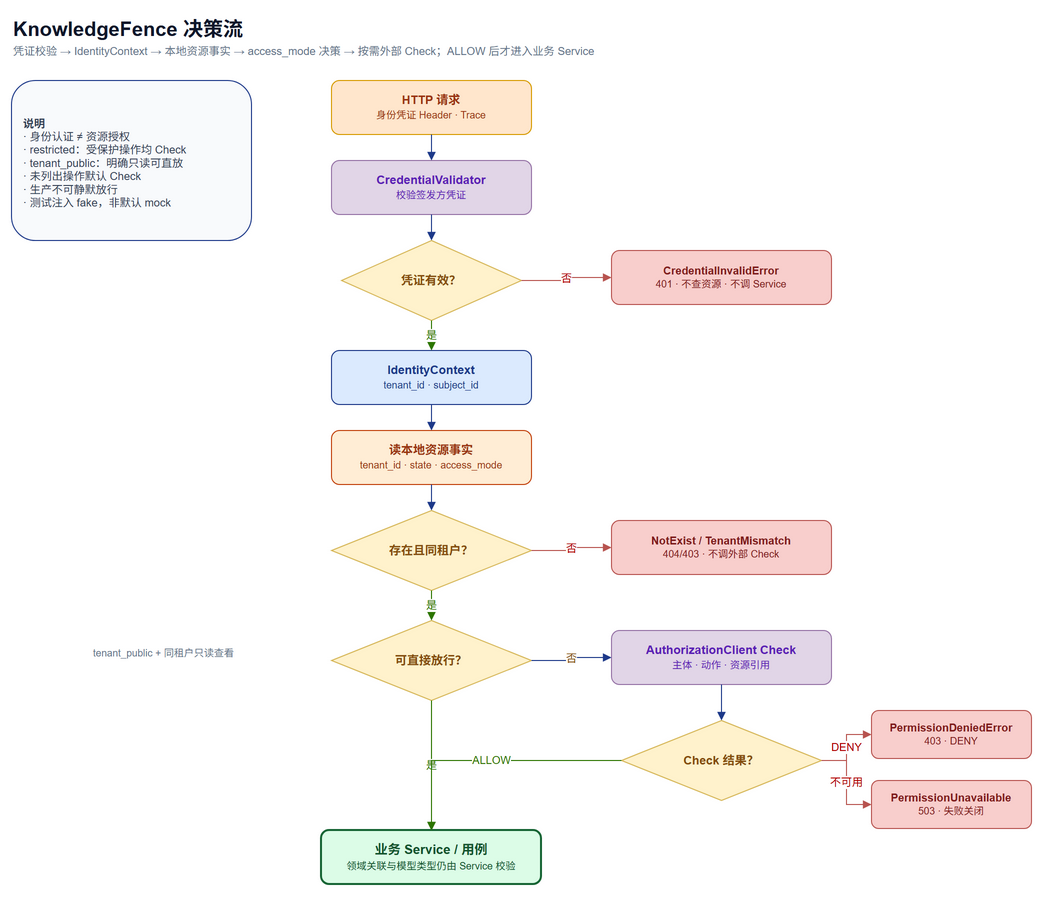
Above: Bisheng-platform/knowledge/pics/KnowledgeFence决策流.png in LunaticPum/platform (draw.io), before the change. Source tidied: cells renumbered, new cells last; positions are measured from the earlier drawing's top-left corner, leaving out a move shared by most shapes.
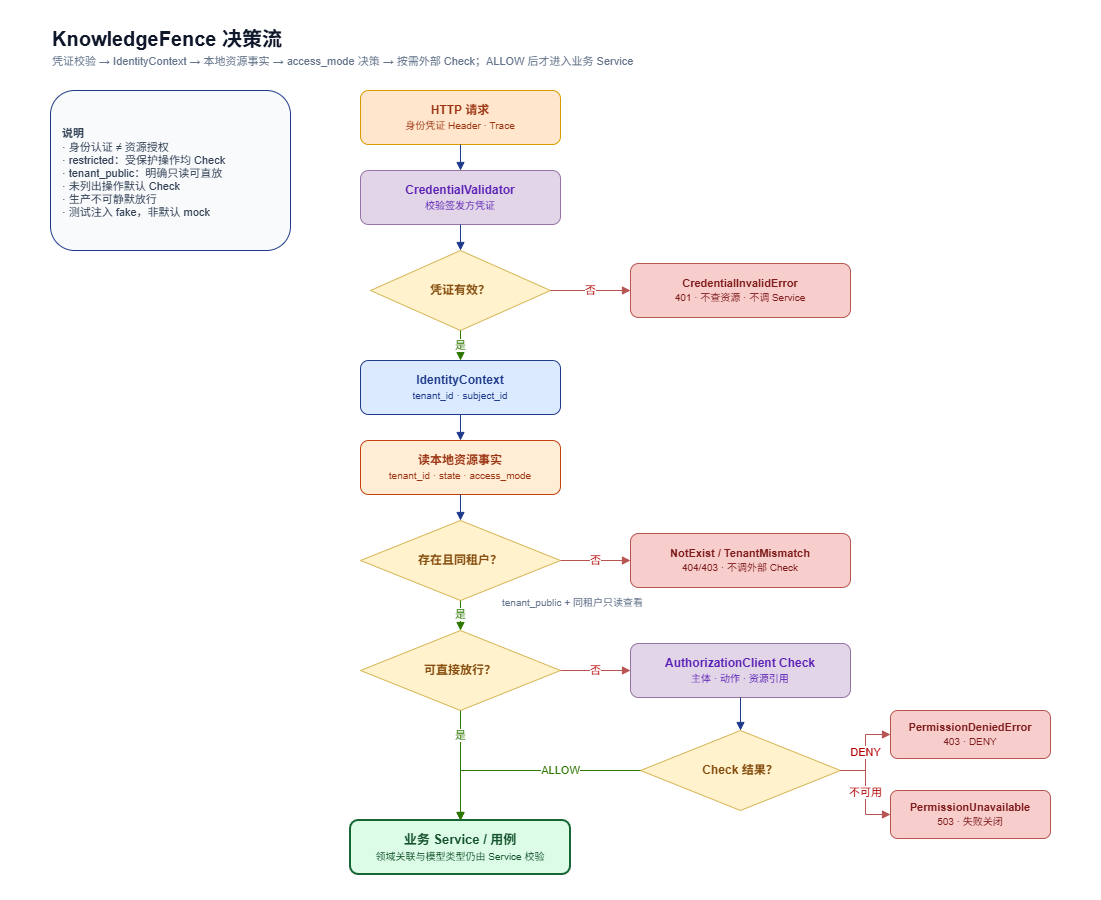
Later version of the same file.

What changed in the source:
```diff
@@ -3,10 +3,10 @@
     <mxCell id="0" />
     <mxCell id="1" parent="0" />
     <mxCell id="2" value="KnowledgeFence 决策流" style="text;html=1;fontSize=20;fontStyle=1;align=left;fontColor=#0F172A;" parent="1" vertex="1">
-      <mxGeometry width="320" height="28" as="geometry" />
+      <mxGeometry x="10" width="320" height="28" as="geometry" />
     </mxCell>
     <mxCell id="3" value="凭证校验 → IdentityContext → 本地资源事实 → access_mode 决策 → 按需外部 Check；ALLOW 后才进入业务 Service" style="text;html=1;fontSize=11;align=left;fontColor=#64748B;" parent="1" vertex="1">
-      <mxGeometry y="28" width="780" height="20" as="geometry" />
+      <mxGeometry x="10" y="28" width="780" height="20" as="geometry" />
     </mxCell>
     <mxCell id="4" value="HTTP 请求&lt;br&gt;&lt;font style=&quot;font-size:10px;font-weight:normal;&quot;&gt;身份凭证 Header · Trace&lt;/font&gt;" style="rounded=1;whiteSpace=wrap;html=1;fillColor=#FFE6CC;strokeColor=#D79B00;strokeWidth=1;fontColor=#9A3412;fontSize=12;fontStyle=1;align=center;" parent="1" vertex="1">
       <mxGeometry x="320" y="70" width="200" height="54" as="geometry" />
@@ -18,7 +18,7 @@
       <mxGeometry x="330" y="230" width="180" height="80" as="geometry" />
     </mxCell>
     <mxCell id="7" value="CredentialInvalidError&lt;br&gt;&lt;font style=&quot;font-size:10px;font-weight:normal;&quot;&gt;401 · 不查资源 · 不调 Service&lt;/font&gt;" style="rounded=1;whiteSpace=wrap;html=1;fillColor=#F8CECC;strokeColor=#B85450;strokeWidth=1;fontColor=#7F1D1D;fontSize=11;fontStyle=1;align=center;" parent="1" vertex="1">
-      <mxGeometry x="600" y="240" width="220" height="54" as="geometry" />
+      <mxGeometry x="590" y="243" width="220" height="54" as="geometry" />
     </mxCell>
     <mxCell id="8" value="IdentityContext&lt;br&gt;&lt;font style=&quot;font-size:10px;font-weight:normal;&quot;&gt;tenant_id · subject_id&lt;/font&gt;" style="rounded=1;whiteSpace=wrap;html=1;fillColor=#DBEAFE;strokeColor=#1E3A8A;strokeWidth=1;fontColor=#1E3A8A;fontSize=12;fontStyle=1;align=center;" parent="1" vertex="1">
       <mxGeometry x="320" y="340" width="200" height="54" as="geometry" />
@@ -30,31 +30,31 @@
       <mxGeometry x="320" y="500" width="200" height="80" as="geometry" />
     </mxCell>
     <mxCell id="11" value="NotExist / TenantMismatch&lt;br&gt;&lt;font style=&quot;font-size:10px;font-weight:normal;&quot;&gt;404/403 · 不调外部 Check&lt;/font&gt;" style="rounded=1;whiteSpace=wrap;html=1;fillColor=#F8CECC;strokeColor=#B85450;strokeWidth=1;fontColor=#7F1D1D;fontSize=11;fontStyle=1;align=center;" parent="1" vertex="1">
-      <mxGeometry x="600" y="510" width="220" height="54" as="geometry" />
+      <mxGeometry x="590" y="513" width="220" height="54" as="geometry" />
     </mxCell>
     <mxCell id="12" value="可直接放行？" style="rhombus;whiteSpace=wrap;html=1;fillColor=#FFF2CC;strokeColor=#D6B656;strokeWidth=1;fontColor=#854D0E;fontSize=12;fontStyle=1;align=center;" parent="1" vertex="1">
       <mxGeometry x="320" y="610" width="200" height="80" as="geometry" />
     </mxCell>
     <mxCell id="13" value="tenant_public + 同租户只读查看" style="text;html=1;fontSize=10;align=left;fontColor=#64748B;" parent="1" vertex="1">
-      <mxGeometry x="80" y="630" width="200" height="20" as="geometry" />
+      <mxGeometry x="460" y="570" width="200" height="20" as="geometry" />
     </mxCell>
     <mxCell id="14" value="AuthorizationClient Check&lt;br&gt;&lt;font style=&quot;font-size:10px;font-weight:normal;&quot;&gt;主体 · 动作 · 资源引用&lt;/font&gt;" style="rounded=1;whiteSpace=wrap;html=1;fillColor=#E1D5E7;strokeColor=#9673A6;strokeWidth=1;fontColor=#5B21B6;fontSize=12;fontStyle=1;align=center;" parent="1" vertex="1">
-      <mxGeometry x="600" y="620" width="220" height="54" as="geometry" />
+      <mxGeometry x="590" y="623" width="220" height="54" as="geometry" />
     </mxCell>
     <mxCell id="15" value="Check 结果？" style="rhombus;whiteSpace=wrap;html=1;fillColor=#FFF2CC;strokeColor=#D6B656;strokeWidth=1;fontColor=#854D0E;fontSize=12;fontStyle=1;align=center;" parent="1" vertex="1">
-      <mxGeometry x="610" y="710" width="200" height="80" as="geometry" />
+      <mxGeometry x="600" y="710" width="200" height="80" as="geometry" />
     </mxCell>
     <mxCell id="16" value="业务 Service / 用例&lt;br&gt;&lt;font style=&quot;font-size:10px;font-weight:normal;&quot;&gt;领域关联与模型类型仍由 Service 校验&lt;/font&gt;" style="rounded=1;whiteSpace=wrap;html=1;fillColor=#DCFCE7;strokeColor=#166534;strokeWidth=2;fontColor=#14532D;fontSize=13;fontStyle=1;align=center;" parent="1" vertex="1">
-      <mxGeometry x="310" y="820" width="220" height="54" as="geometry" />
+      <mxGeometry x="310" y="800" width="220" height="54" as="geometry" />
     </mxCell>
     <mxCell id="17" value="PermissionDeniedError&lt;br&gt;&lt;font style=&quot;font-size:10px;font-weight:normal;&quot;&gt;403 · DENY&lt;/font&gt;" style="rounded=1;whiteSpace=wrap;html=1;fillColor=#F8CECC;strokeColor=#B85450;strokeWidth=1;fontColor=#7F1D1D;fontSize=11;fontStyle=1;align=center;" parent="1" vertex="1">
-      <mxGeometry x="860" y="700" width="160" height="48" as="geometry" />
+      <mxGeometry x="850" y="690" width="160" height="48" as="geometry" />
     </mxCell>
     <mxCell id="18" value="PermissionUnavailable&lt;br&gt;&lt;font style=&quot;font-size:10px;font-weight:normal;&quot;&gt;503 · 失败关闭&lt;/font&gt;" style="rounded=1;whiteSpace=wrap;html=1;fillColor=#F8CECC;strokeColor=#B85450;strokeWidth=1;fontColor=#7F1D1D;fontSize=11;fontStyle=1;align=center;" parent="1" vertex="1">
-      <mxGeometry x="860" y="770" width="160" height="48" as="geometry" />
+      <mxGeometry x="850" y="770" width="160" height="48" as="geometry" />
     </mxCell>
     <mxCell id="19" value="&lt;b&gt;说明&lt;/b&gt;&lt;br&gt;· 身份认证 ≠ 资源授权&lt;br&gt;· restricted：受保护操作均 Check&lt;br&gt;· tenant_public：明确只读可直放&lt;br&gt;· 未列出操作默认 Check&lt;br&gt;· 生产不可静默放行&lt;br&gt;· 测试注入 fake，非默认 mock" style="rounded=1;whiteSpace=wrap;html=1;fillColor=#F8FAFC;strokeColor=#1E3A8A;strokeWidth=1;fontColor=#334155;fontSize=11;align=left;spacingLeft=10;spacingTop=6;" parent="1" vertex="1">
-      <mxGeometry y="70" width="240" height="160" as="geometry" />
+      <mxGeometry x="10" y="70" width="240" height="160" as="geometry" />
     </mxCell>
     <mxCell id="20" style="edgeStyle=orthogonalEdgeStyle;rounded=0;html=1;strokeColor=#1E3A8A;strokeWidth=1;endArrow=block;endFill=1;" parent="1" edge="1" source="4" target="5">
       <mxGeometry relative="1" as="geometry" />
@@ -78,19 +78,19 @@
       <mxGeometry relative="1" as="geometry" />
     </mxCell>
     <mxCell id="27" value="是" style="edgeStyle=orthogonalEdgeStyle;rounded=0;html=1;strokeColor=#2D7600;strokeWidth=1;endArrow=block;endFill=1;fontColor=#2D7600;fontSize=11;" parent="1" edge="1" source="10" target="12">
-      <mxGeometry relative="1" as="geometry" />
+      <mxGeometry x="-0.07" relative="1" as="geometry" />
     </mxCell>
     <mxCell id="28" value="是" style="edgeStyle=orthogonalEdgeStyle;rounded=0;html=1;strokeColor=#2D7600;strokeWidth=1;endArrow=block;endFill=1;fontColor=#2D7600;fontSize=11;" parent="1" edge="1" source="12" target="16">
-      <mxGeometry relative="1" as="geometry" />
+      <mxGeometry x="-0.54" relative="1" as="geometry" />
     </mxCell>
-    <mxCell id="29" value="否" style="edgeStyle=orthogonalEdgeStyle;rounded=0;html=1;strokeColor=#1E3A8A;strokeWidth=1;endArrow=block;endFill=1;fontColor=#854D0E;fontSize=11;" parent="1" edge="1" source="12" target="14">
+    <mxCell id="29" value="否" style="edgeStyle=orthogonalEdgeStyle;rounded=0;html=1;strokeColor=#B85450;strokeWidth=1;endArrow=block;endFill=1;fontColor=#B20000;fontSize=11;" parent="1" edge="1" source="12" target="14">
       <mxGeometry relative="1" as="geometry" />
     </mxCell>
     <mxCell id="30" style="edgeStyle=orthogonalEdgeStyle;rounded=0;html=1;strokeColor=#1E3A8A;strokeWidth=1;endArrow=block;endFill=1;" parent="1" edge="1" source="14" target="15">
       <mxGeometry relative="1" as="geometry" />
     </mxCell>
     <mxCell id="31" value="ALLOW" style="edgeStyle=orthogonalEdgeStyle;rounded=0;html=1;strokeColor=#2D7600;strokeWidth=1;endArrow=block;endFill=1;fontColor=#2D7600;fontSize=11;" parent="1" edge="1" source="15" target="16">
-      <mxGeometry relative="1" as="geometry" />
+      <mxGeometry x="-0.31" relative="1" as="geometry" />
     </mxCell>
     <mxCell id="32" value="DENY" style="edgeStyle=orthogonalEdgeStyle;rounded=0;html=1;strokeColor=#B85450;strokeWidth=1;endArrow=block;endFill=1;fontColor=#B20000;fontSize=11;" parent="1" edge="1" source="15" target="17">
       <mxGeometry relative="1" as="geometry" />
```
